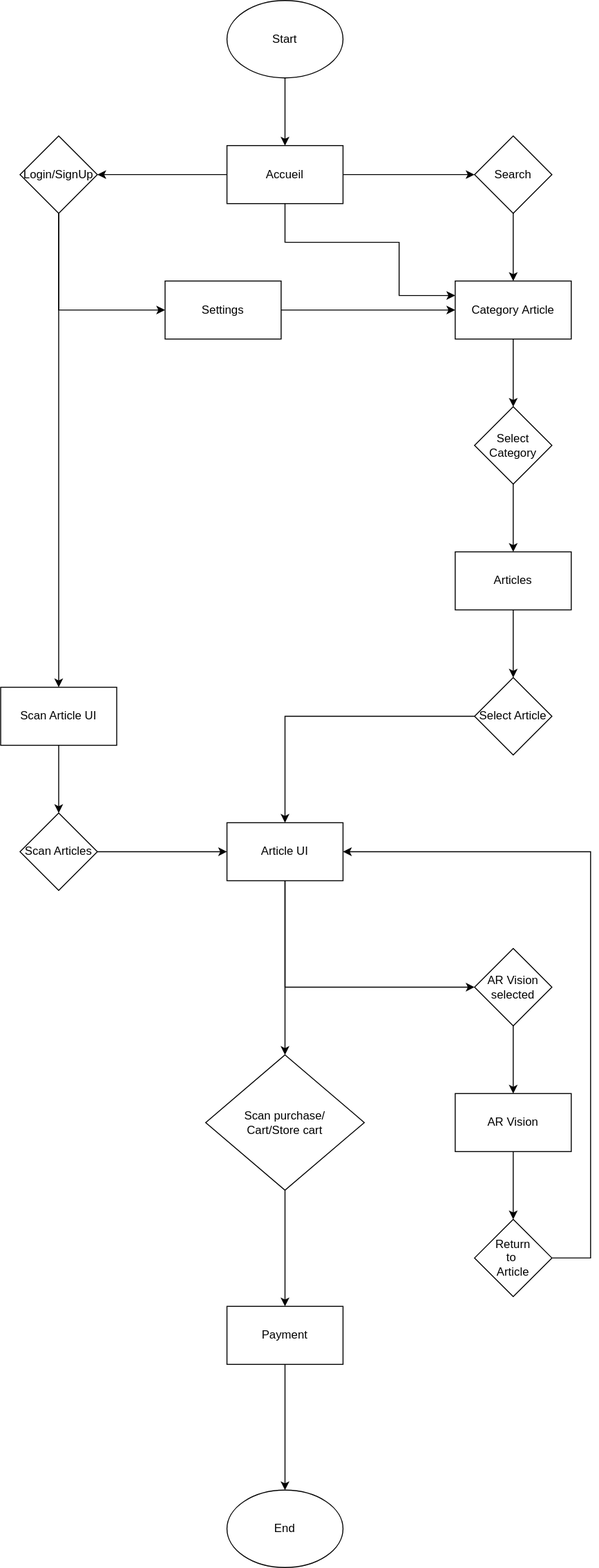
Ashura100/Projet4 keeps this draw.io diagram as UserFlowProjet4.drawio.svg. Above is the earlier version. Source tidied: cells renumbered, new cells last; positions are measured from the earlier drawing's top-left corner, leaving out a move shared by most shapes.
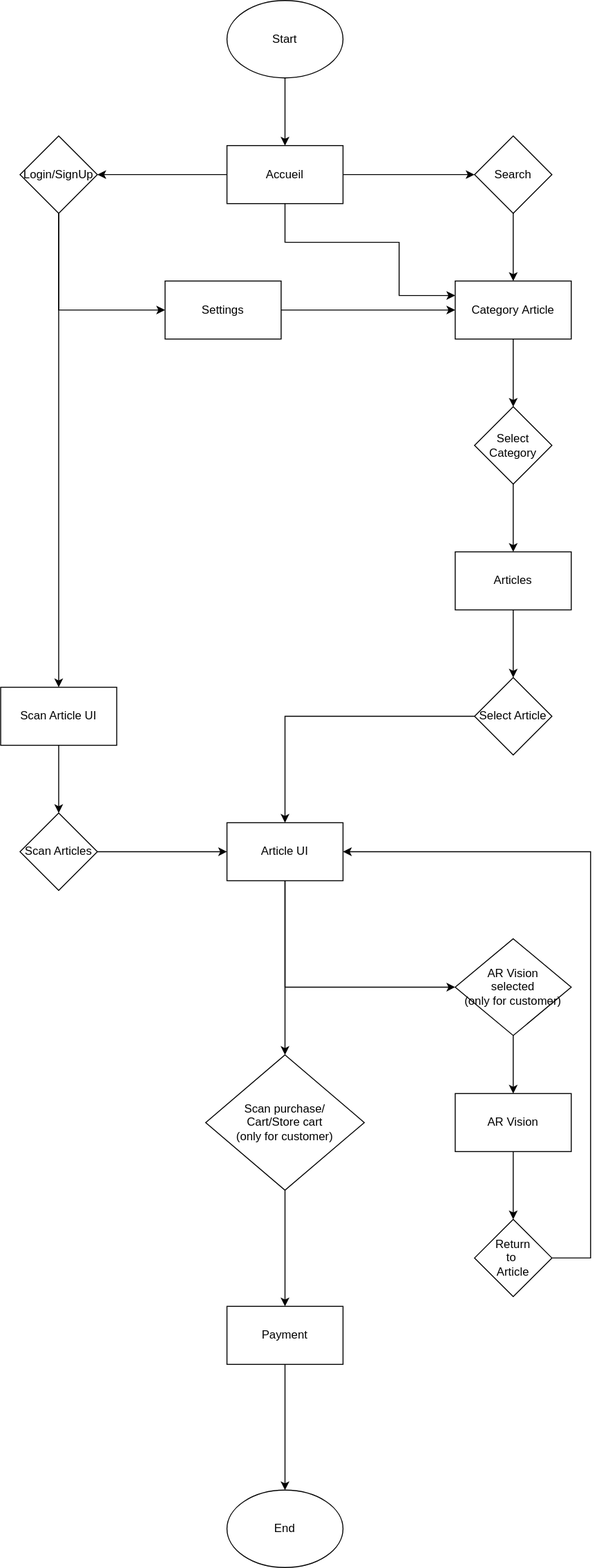
After the change.

Commit message:
Mettre à jour UserFlowProjet4.drawio.svg

Diff of the diagram source:
```diff
@@ -77,7 +77,7 @@
     <mxCell id="21" style="edgeStyle=orthogonalEdgeStyle;rounded=0;jettySize=auto;html=1;entryX=0.5;entryY=0;entryDx=0;entryDy=0;" parent="1" edge="1" source="22" target="40">
       <mxGeometry relative="1" as="geometry" />
     </mxCell>
-    <mxCell id="22" value="Scan purchase/&lt;div&gt;Cart/Store cart&lt;/div&gt;" style="rhombus;whiteSpace=wrap;html=1;" parent="1" vertex="1">
+    <mxCell id="22" value="Scan purchase/&lt;div&gt;Cart/Store cart&lt;/div&gt;&lt;div&gt;(only for customer)&lt;/div&gt;" style="rhombus;whiteSpace=wrap;html=1;" parent="1" vertex="1">
       <mxGeometry x="212" y="1090" width="164" height="140" as="geometry" />
     </mxCell>
     <mxCell id="23" style="edgeStyle=orthogonalEdgeStyle;rounded=0;jettySize=auto;html=1;" parent="1" edge="1" source="24" target="27">
@@ -102,8 +102,8 @@
     <mxCell id="28" style="edgeStyle=orthogonalEdgeStyle;rounded=0;jettySize=auto;html=1;entryX=0.5;entryY=0;entryDx=0;entryDy=0;" parent="1" edge="1" source="29" target="31">
       <mxGeometry relative="1" as="geometry" />
     </mxCell>
-    <mxCell id="29" value="AR Vision&lt;div&gt;selected&lt;/div&gt;" style="rhombus;whiteSpace=wrap;html=1;" parent="1" vertex="1">
-      <mxGeometry x="490" y="980" width="80" height="80" as="geometry" />
+    <mxCell id="29" value="AR Vision&lt;div&gt;selected&lt;/div&gt;&lt;div&gt;(only for customer&lt;span style=&quot;background-color: initial;&quot;&gt;)&lt;/span&gt;&lt;/div&gt;" style="rhombus;whiteSpace=wrap;html=1;" parent="1" vertex="1">
+      <mxGeometry x="470" y="970" width="120" height="100" as="geometry" />
     </mxCell>
     <mxCell id="30" style="edgeStyle=orthogonalEdgeStyle;rounded=0;jettySize=auto;html=1;entryX=0.5;entryY=0;entryDx=0;entryDy=0;" parent="1" edge="1" source="31" target="33">
       <mxGeometry relative="1" as="geometry" />
```
